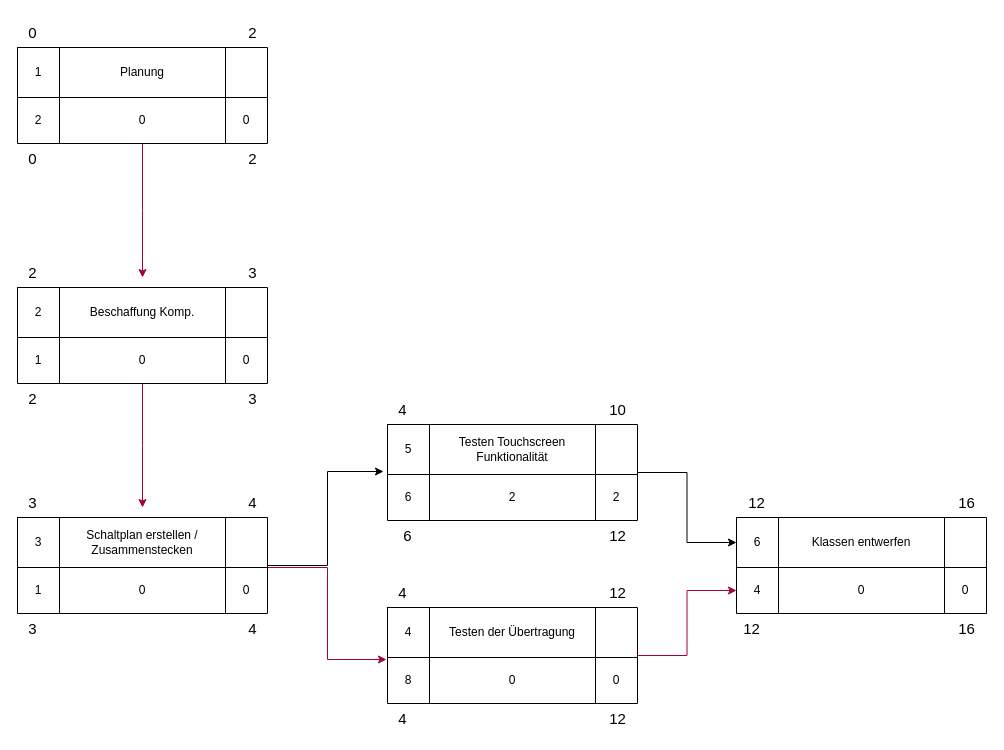
Earlier version of the draw.io diagram Documentation/Grafik/Diagramm/netzplan_planung.drawio (GeKoppe/TouchPager). Source tidied: cells renumbered, new cells numbered last; positions are measured from the earlier drawing's top-left corner, leaving out a move shared by most shapes. Both pictures are drawn from the tidied source at 100%, with x=0, y=0 at pixel (17, 17).
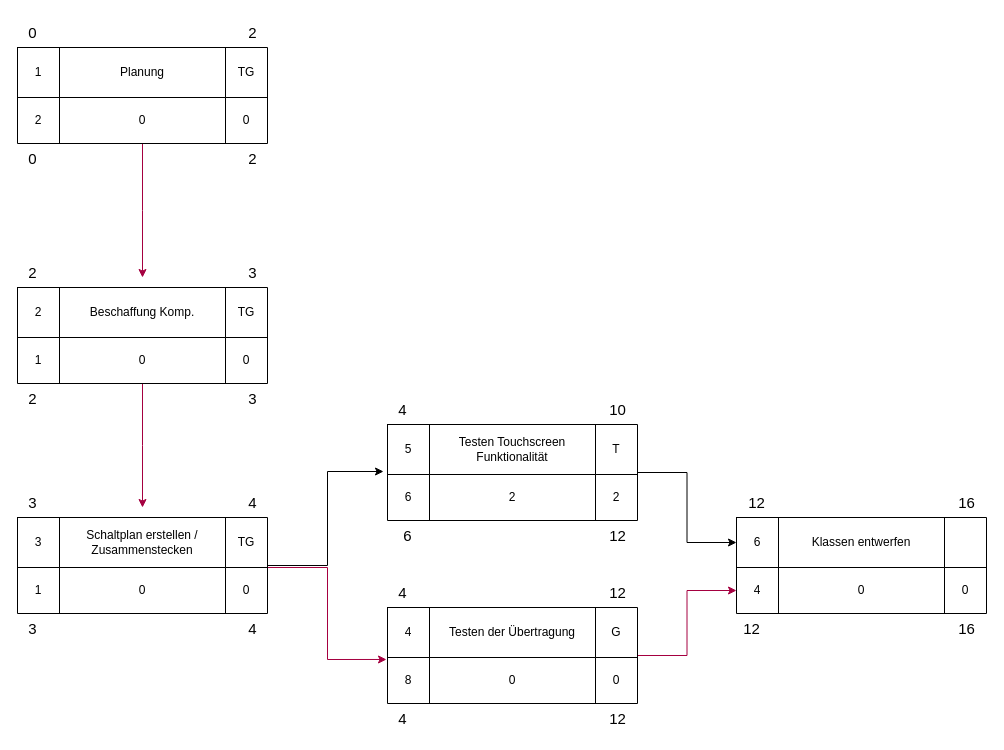
After the change.

The change refers to these unchanged cells:
```xml
<mxCell id="4" style="shape=tableRow;horizontal=0;startSize=0;swimlaneHead=0;swimlaneBody=0;top=0;left=0;bottom=0;right=0;fillColor=none;labelBackgroundColor=none;" parent="3" vertex="1">
  <mxGeometry width="250" height="50" as="geometry" />
</mxCell>
<mxCell id="18" style="shape=tableRow;horizontal=0;startSize=0;swimlaneHead=0;swimlaneBody=0;top=0;left=0;bottom=0;right=0;fillColor=none;labelBackgroundColor=none;" parent="17" vertex="1">
  <mxGeometry width="250" height="50" as="geometry" />
</mxCell>
<mxCell id="33" style="shape=tableRow;horizontal=0;startSize=0;swimlaneHead=0;swimlaneBody=0;top=0;left=0;bottom=0;right=0;fillColor=none;labelBackgroundColor=none;" parent="32" vertex="1">
  <mxGeometry width="250" height="50" as="geometry" />
</mxCell>
<mxCell id="47" style="shape=tableRow;horizontal=0;startSize=0;swimlaneHead=0;swimlaneBody=0;top=0;left=0;bottom=0;right=0;fillColor=none;labelBackgroundColor=none;" parent="46" vertex="1">
  <mxGeometry width="250" height="50" as="geometry" />
</mxCell>
<mxCell id="74" style="shape=tableRow;horizontal=0;startSize=0;swimlaneHead=0;swimlaneBody=0;top=0;left=0;bottom=0;right=0;fillColor=none;labelBackgroundColor=none;" parent="73" vertex="1">
  <mxGeometry width="250" height="50" as="geometry" />
</mxCell>
```

What changed in the source:
```diff
@@
-    <mxCell id="7" style="shape=partialRectangle;html=1;whiteSpace=wrap;fillColor=none;top=0;left=0;bottom=0;right=0;overflow=hidden;labelBackgroundColor=none;" parent="4" vertex="1">
+    <mxCell id="7" value="TG" style="shape=partialRectangle;html=1;whiteSpace=wrap;fillColor=none;top=0;left=0;bottom=0;right=0;overflow=hidden;labelBackgroundColor=none;" parent="4" vertex="1">
       <mxGeometry x="208" width="42" height="50" as="geometry" />
     </mxCell>
@@
-    <mxCell id="21" style="shape=partialRectangle;html=1;whiteSpace=wrap;fillColor=none;top=0;left=0;bottom=0;right=0;overflow=hidden;labelBackgroundColor=none;" parent="18" vertex="1">
+    <mxCell id="21" value="TG" style="shape=partialRectangle;html=1;whiteSpace=wrap;fillColor=none;top=0;left=0;bottom=0;right=0;overflow=hidden;labelBackgroundColor=none;" parent="18" vertex="1">
       <mxGeometry x="208" width="42" height="50" as="geometry" />
     </mxCell>
@@
-    <mxCell id="36" style="shape=partialRectangle;html=1;whiteSpace=wrap;fillColor=none;top=0;left=0;bottom=0;right=0;overflow=hidden;labelBackgroundColor=none;" parent="33" vertex="1">
+    <mxCell id="36" value="TG" style="shape=partialRectangle;html=1;whiteSpace=wrap;fillColor=none;top=0;left=0;bottom=0;right=0;overflow=hidden;labelBackgroundColor=none;" parent="33" vertex="1">
       <mxGeometry x="208" width="42" height="50" as="geometry" />
     </mxCell>
@@
-    <mxCell id="50" style="shape=partialRectangle;html=1;whiteSpace=wrap;fillColor=none;top=0;left=0;bottom=0;right=0;overflow=hidden;labelBackgroundColor=none;" parent="47" vertex="1">
+    <mxCell id="50" value="G" style="shape=partialRectangle;html=1;whiteSpace=wrap;fillColor=none;top=0;left=0;bottom=0;right=0;overflow=hidden;labelBackgroundColor=none;" parent="47" vertex="1">
       <mxGeometry x="208" width="42" height="50" as="geometry" />
     </mxCell>
@@
-    <mxCell id="77" style="shape=partialRectangle;html=1;whiteSpace=wrap;fillColor=none;top=0;left=0;bottom=0;right=0;overflow=hidden;labelBackgroundColor=none;" parent="74" vertex="1">
+    <mxCell id="77" value="T" style="shape=partialRectangle;html=1;whiteSpace=wrap;fillColor=none;top=0;left=0;bottom=0;right=0;overflow=hidden;labelBackgroundColor=none;" parent="74" vertex="1">
       <mxGeometry x="208" width="42" height="50" as="geometry" />
     </mxCell>
```
